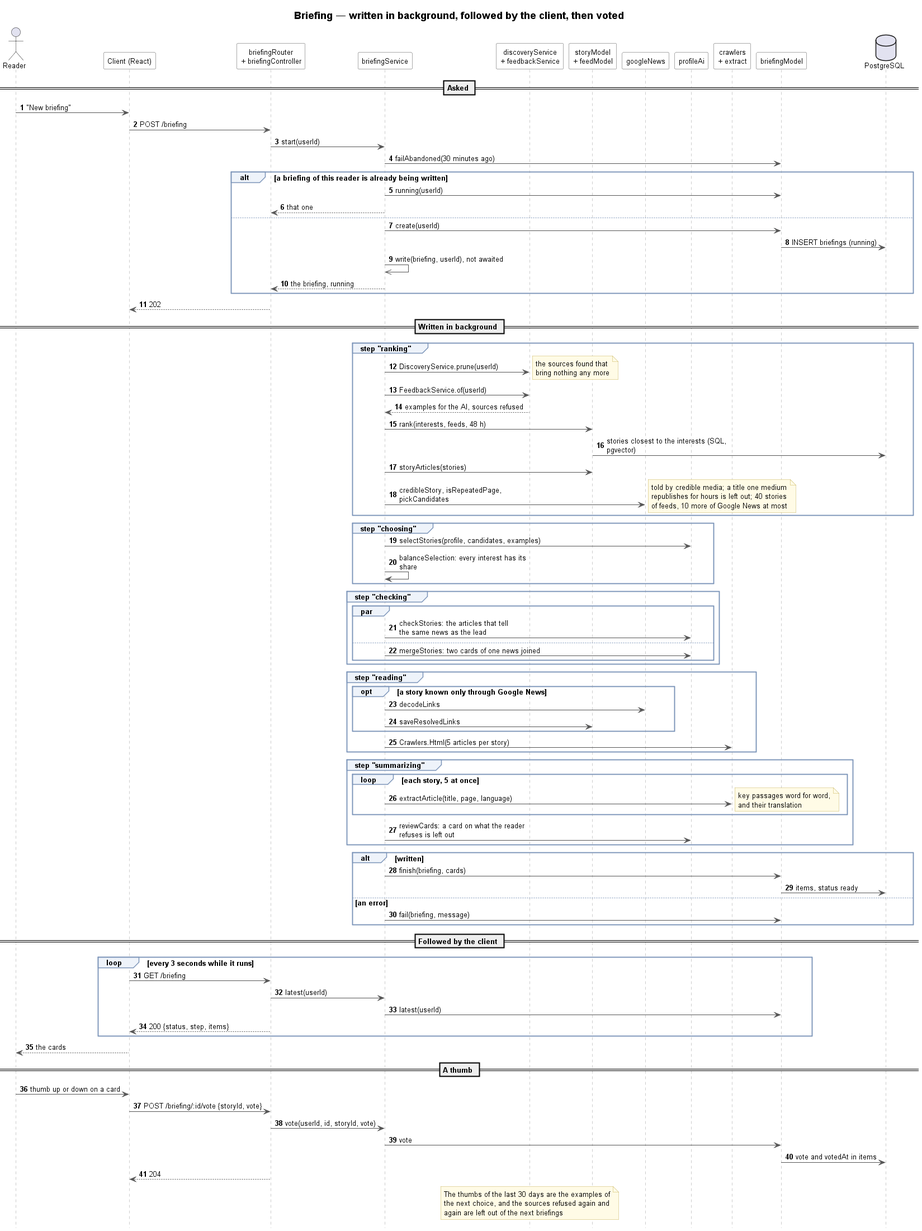
Earlier version of the PlantUML export docs/UML/sprint4/12-briefing-sequence.png (TPI2026-NewsGenerator/NewsGenerator-Backend).
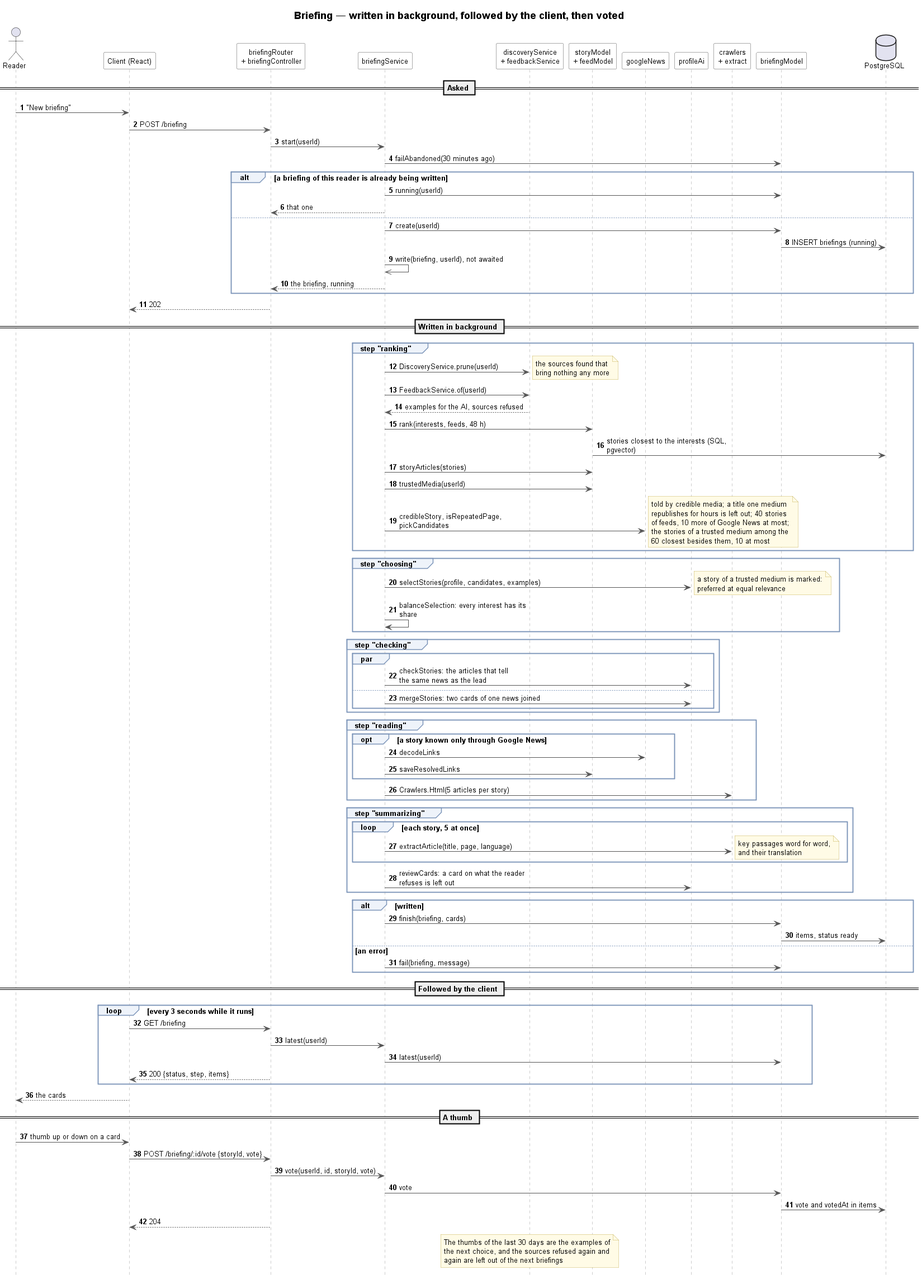
After the commit.

Diff of the diagram source:
```diff
@@ -39,11 +39,13 @@
     Briefing -> Stories : rank(interests, feeds, 48 h)
     Stories -> DB : stories closest to the interests (SQL, pgvector)
     Briefing -> Stories : storyArticles(stories)
+    Briefing -> Stories : trustedMedia(userId)
     Briefing -> Google : credibleStory, isRepeatedPage, pickCandidates
-    note right : told by credible media; a title one medium\nrepublishes for hours is left out; 40 stories\nof feeds, 10 more of Google News at most
+    note right : told by credible media; a title one medium\nrepublishes for hours is left out; 40 stories\nof feeds, 10 more of Google News at most;\nthe stories of a trusted medium among the\n60 closest besides them, 10 at most
 end
 group step "choosing"
     Briefing -> AI : selectStories(profile, candidates, examples)
+    note right : a story of a trusted medium is marked:\npreferred at equal relevance
     Briefing -> Briefing : balanceSelection: every interest has its share
 end
 group step "checking"
```
